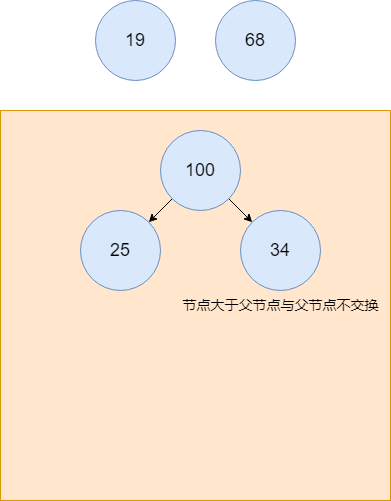
This is algrithem/heap_step_4.drawio.png from muxicode/c153080686, a draw.io export, as it was before one commit. Source tidied: cells renumbered, new cells last; positions are measured from the earlier drawing's top-left corner, leaving out a move shared by most shapes.
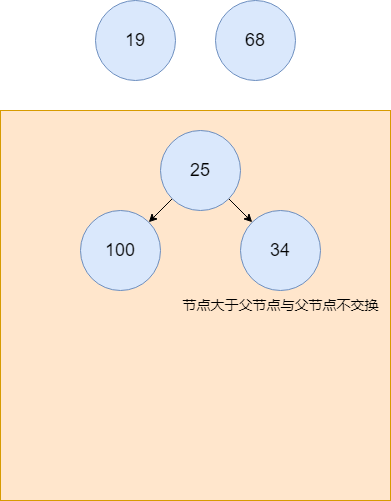
After the commit.

Change to the diagram source:
```diff
@@ -11,10 +11,10 @@
     <mxCell id="4" style="rounded=0;jettySize=auto;html=1;exitX=1;exitY=1;exitDx=0;exitDy=0;entryX=0;entryY=0;entryDx=0;entryDy=0;" parent="1" edge="1" source="5" target="10">
       <mxGeometry relative="1" as="geometry" />
     </mxCell>
-    <mxCell id="5" value="&lt;font style=&quot;font-size: 18px;&quot;&gt;100&lt;/font&gt;" style="ellipse;whiteSpace=wrap;html=1;fillColor=#dae8fc;strokeColor=#6c8ebf;" parent="1" vertex="1">
+    <mxCell id="5" value="&lt;font style=&quot;font-size: 18px;&quot;&gt;25&lt;/font&gt;" style="ellipse;whiteSpace=wrap;html=1;fillColor=#dae8fc;strokeColor=#6c8ebf;" parent="1" vertex="1">
       <mxGeometry x="160" y="130" width="80" height="80" as="geometry" />
     </mxCell>
-    <mxCell id="6" value="&lt;font style=&quot;font-size: 18px;&quot;&gt;25&lt;/font&gt;" style="ellipse;whiteSpace=wrap;html=1;fillColor=#dae8fc;strokeColor=#6c8ebf;" parent="1" vertex="1">
+    <mxCell id="6" value="&lt;font style=&quot;font-size: 18px;&quot;&gt;100&lt;/font&gt;" style="ellipse;whiteSpace=wrap;html=1;fillColor=#dae8fc;strokeColor=#6c8ebf;" parent="1" vertex="1">
       <mxGeometry x="80" y="210" width="80" height="80" as="geometry" />
     </mxCell>
     <mxCell id="7" value="&lt;font style=&quot;font-size: 18px;&quot;&gt;19&lt;/font&gt;" style="ellipse;whiteSpace=wrap;html=1;fillColor=#dae8fc;strokeColor=#6c8ebf;" parent="1" vertex="1">
```
